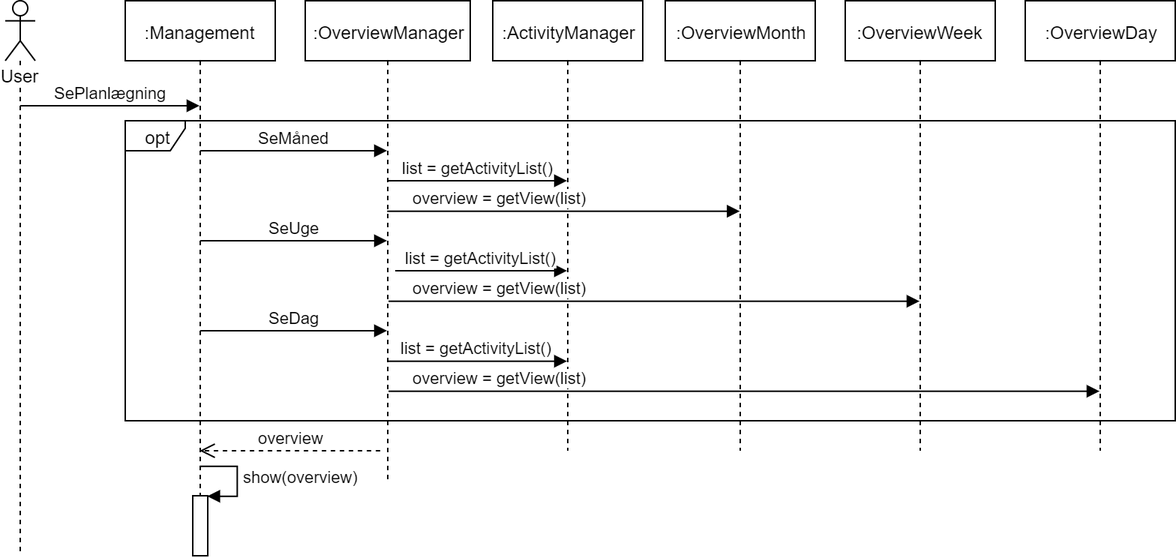
The draw.io diagram docs/diagrams/AnalyseDiagrammer/SePlanlaegningInteraktionsDiagram.png in SBangslund/SE02_Projekt, before a commit. Source tidied: cells renumbered, new cells last; positions are measured from the earlier drawing's top-left corner, leaving out a move shared by most shapes. The source it was exported from:
```xml
<mxGraphModel>
  <root>
    <mxCell id="0" />
    <mxCell id="1" parent="0" />
    <mxCell id="2" value="opt" style="shape=umlFrame;whiteSpace=wrap;html=1;width=40;height=20;" parent="1" vertex="1">
      <mxGeometry x="80" y="80" width="700" height="200" as="geometry" />
    </mxCell>
    <mxCell id="3" value="User" style="shape=umlLifeline;participant=umlActor;perimeter=lifelinePerimeter;whiteSpace=wrap;html=1;verticalAlign=top;spacingTop=36;labelBackgroundColor=#ffffff;" parent="1" vertex="1">
      <mxGeometry width="20" height="370" as="geometry" />
    </mxCell>
    <mxCell id="4" value="SePlanlægning" style="html=1;verticalAlign=bottom;endArrow=block;" parent="3" edge="1" target="5">
      <mxGeometry relative="1" as="geometry">
        <mxPoint x="10" y="70" as="sourcePoint" />
      </mxGeometry>
    </mxCell>
    <mxCell id="5" value=":Management" style="shape=umlLifeline;perimeter=lifelinePerimeter;whiteSpace=wrap;html=1;outlineConnect=0;" parent="1" vertex="1">
      <mxGeometry x="80" width="100" height="370" as="geometry" />
    </mxCell>
    <mxCell id="6" value="SeMåned" style="html=1;verticalAlign=bottom;endArrow=block;" parent="5" edge="1">
      <mxGeometry relative="1" as="geometry">
        <mxPoint x="50" y="100" as="sourcePoint" />
        <mxPoint x="174.5" y="100" as="targetPoint" />
      </mxGeometry>
    </mxCell>
    <mxCell id="7" value="SeDag" style="html=1;verticalAlign=bottom;endArrow=block;" parent="5" edge="1" target="15">
      <mxGeometry relative="1" as="geometry">
        <mxPoint x="50" y="220" as="sourcePoint" />
      </mxGeometry>
    </mxCell>
    <mxCell id="8" value="overview" style="html=1;verticalAlign=bottom;endArrow=open;dashed=1;endSize=8;" parent="5" edge="1" target="5">
      <mxGeometry relative="1" as="geometry">
        <mxPoint x="170" y="300" as="sourcePoint" />
      </mxGeometry>
    </mxCell>
    <mxCell id="9" style="html=1;points=[];perimeter=orthogonalPerimeter;" parent="5" vertex="1">
      <mxGeometry x="45" y="330" width="10" height="40" as="geometry" />
    </mxCell>
    <mxCell id="10" value="show(overview)" style="edgeStyle=orthogonalEdgeStyle;html=1;align=left;spacingLeft=2;endArrow=block;rounded=0;entryX=1;entryY=0;" parent="5" edge="1" target="9">
      <mxGeometry relative="1" as="geometry">
        <mxPoint x="50" y="310" as="sourcePoint" />
        <Array as="points">
          <mxPoint x="75" y="310" />
        </Array>
      </mxGeometry>
    </mxCell>
    <mxCell id="11" value=":OverviewMonth" style="shape=umlLifeline;perimeter=lifelinePerimeter;whiteSpace=wrap;html=1;outlineConnect=0;" parent="1" vertex="1">
      <mxGeometry x="440" width="100" height="300" as="geometry" />
    </mxCell>
    <mxCell id="12" value=":OverviewWeek" style="shape=umlLifeline;perimeter=lifelinePerimeter;whiteSpace=wrap;html=1;outlineConnect=0;" parent="1" vertex="1">
      <mxGeometry x="560" width="100" height="300" as="geometry" />
    </mxCell>
    <mxCell id="13" value=":OverviewDay" style="shape=umlLifeline;perimeter=lifelinePerimeter;whiteSpace=wrap;html=1;outlineConnect=0;" parent="1" vertex="1">
      <mxGeometry x="680" width="100" height="300" as="geometry" />
    </mxCell>
    <mxCell id="14" value=":ActivityManager" style="shape=umlLifeline;perimeter=lifelinePerimeter;whiteSpace=wrap;html=1;outlineConnect=0;" parent="1" vertex="1">
      <mxGeometry x="325" width="100" height="300" as="geometry" />
    </mxCell>
    <mxCell id="15" value=":OverviewManager" style="shape=umlLifeline;perimeter=lifelinePerimeter;whiteSpace=wrap;html=1;outlineConnect=0;" parent="1" vertex="1">
      <mxGeometry x="200" width="110" height="320" as="geometry" />
    </mxCell>
    <mxCell id="16" value="list = getActivityList()" style="html=1;verticalAlign=bottom;endArrow=block;" parent="15" edge="1" target="14">
      <mxGeometry relative="1" as="geometry">
        <mxPoint x="60" y="180" as="sourcePoint" />
      </mxGeometry>
    </mxCell>
    <mxCell id="17" value="overview = getView(list)" style="html=1;verticalAlign=bottom;endArrow=block;entryX=0.5;entryY=0.467;entryDx=0;entryDy=0;entryPerimeter=0;" parent="1" edge="1" source="15" target="11">
      <mxGeometry x="-0.36" relative="1" as="geometry" />
    </mxCell>
    <mxCell id="18" value="list = getActivityList()" style="html=1;verticalAlign=bottom;endArrow=block;" parent="1" edge="1" target="14">
      <mxGeometry relative="1" as="geometry">
        <mxPoint x="255" y="120" as="sourcePoint" />
      </mxGeometry>
    </mxCell>
    <mxCell id="19" value="SeUge" style="html=1;verticalAlign=bottom;endArrow=block;" parent="1" edge="1" target="15">
      <mxGeometry relative="1" as="geometry">
        <mxPoint x="130" y="160" as="sourcePoint" />
      </mxGeometry>
    </mxCell>
    <mxCell id="20" value="overview = getView(list)" style="html=1;verticalAlign=bottom;endArrow=block;exitX=0.251;exitY=0.6;exitDx=0;exitDy=0;exitPerimeter=0;" parent="1" edge="1" source="2" target="12">
      <mxGeometry x="-0.58" relative="1" as="geometry" />
    </mxCell>
    <mxCell id="21" value="list = getActivityList()" style="html=1;verticalAlign=bottom;endArrow=block;exitX=0.251;exitY=0.8;exitDx=0;exitDy=0;exitPerimeter=0;" parent="1" edge="1" source="2" target="14">
      <mxGeometry relative="1" as="geometry" />
    </mxCell>
    <mxCell id="22" value="overview = getView(list)" style="html=1;verticalAlign=bottom;endArrow=block;exitX=0.251;exitY=0.9;exitDx=0;exitDy=0;exitPerimeter=0;" parent="1" edge="1" source="2" target="13">
      <mxGeometry x="-0.69" relative="1" as="geometry" />
    </mxCell>
  </root>
</mxGraphModel>
```
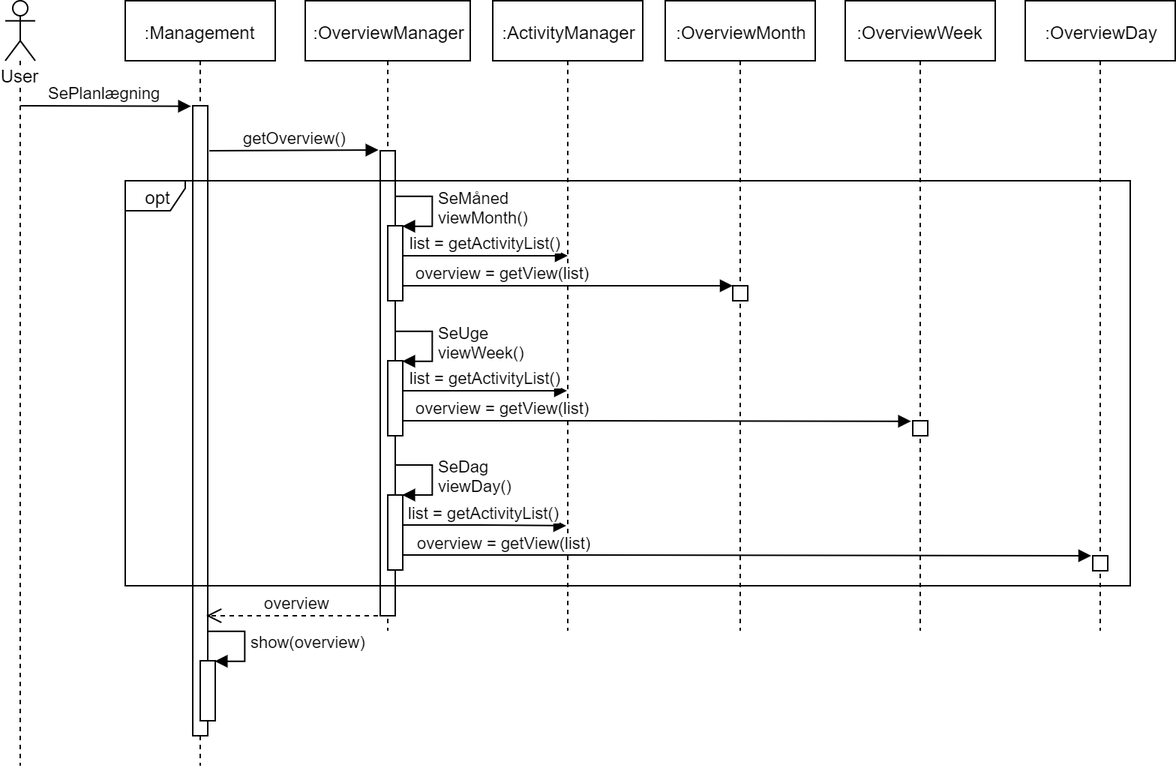
Later version of the same file.

Commit message:
Updated SePlanlægnings interaktionsdiagram

What changed in the source:
```diff
@@ -2,88 +2,156 @@
   <root>
     <mxCell id="0" />
     <mxCell id="1" parent="0" />
-    <mxCell id="2" value="opt" style="shape=umlFrame;whiteSpace=wrap;html=1;width=40;height=20;" parent="1" vertex="1">
-      <mxGeometry x="80" y="80" width="700" height="200" as="geometry" />
-    </mxCell>
     <mxCell id="3" value="User" style="shape=umlLifeline;participant=umlActor;perimeter=lifelinePerimeter;whiteSpace=wrap;html=1;verticalAlign=top;spacingTop=36;labelBackgroundColor=#ffffff;" parent="1" vertex="1">
-      <mxGeometry width="20" height="370" as="geometry" />
+      <mxGeometry width="20" height="510" as="geometry" />
     </mxCell>
-    <mxCell id="4" value="SePlanlægning" style="html=1;verticalAlign=bottom;endArrow=block;" parent="3" edge="1" target="5">
+    <mxCell id="4" value="SePlanlægning" style="html=1;verticalAlign=bottom;endArrow=block;entryX=-0.105;entryY=0;entryDx=0;entryDy=0;entryPerimeter=0;" parent="3" edge="1" target="23">
       <mxGeometry relative="1" as="geometry">
         <mxPoint x="10" y="70" as="sourcePoint" />
       </mxGeometry>
     </mxCell>
     <mxCell id="5" value=":Management" style="shape=umlLifeline;perimeter=lifelinePerimeter;whiteSpace=wrap;html=1;outlineConnect=0;" parent="1" vertex="1">
-      <mxGeometry x="80" width="100" height="370" as="geometry" />
+      <mxGeometry x="80" width="100" height="510" as="geometry" />
     </mxCell>
+    <mxCell id="23" style="html=1;points=[];perimeter=orthogonalPerimeter;" parent="5" vertex="1">
+      <mxGeometry x="45" y="70" width="10" height="420" as="geometry" />
+    </mxCell>
+    <mxCell id="10" value="show(overview)&lt;br&gt;" style="edgeStyle=orthogonalEdgeStyle;html=1;align=left;spacingLeft=2;endArrow=block;rounded=0;entryX=1;entryY=0;" parent="5" edge="1" target="24">
+      <mxGeometry relative="1" as="geometry">
+        <mxPoint x="55" y="420" as="sourcePoint" />
+        <Array as="points">
+          <mxPoint x="80" y="420" />
+        </Array>
+      </mxGeometry>
+    </mxCell>
-    <mxCell id="6" value="SeMåned" style="html=1;verticalAlign=bottom;endArrow=block;" parent="5" edge="1">
+    <mxCell id="6" value="getOverview()" style="html=1;verticalAlign=bottom;endArrow=block;entryX=-0.145;entryY=-0.001;entryDx=0;entryDy=0;entryPerimeter=0;" parent="5" edge="1" target="28">
       <mxGeometry relative="1" as="geometry">
-        <mxPoint x="50" y="100" as="sourcePoint" />
-        <mxPoint x="174.5" y="100" as="targetPoint" />
+        <mxPoint x="56" y="100" as="sourcePoint" />
       </mxGeometry>
     </mxCell>
-    <mxCell id="7" value="SeDag" style="html=1;verticalAlign=bottom;endArrow=block;" parent="5" edge="1" target="15">
-      <mxGeometry relative="1" as="geometry">
-        <mxPoint x="50" y="220" as="sourcePoint" />
-      </mxGeometry>
-    </mxCell>
-    <mxCell id="8" value="overview" style="html=1;verticalAlign=bottom;endArrow=open;dashed=1;endSize=8;" parent="5" edge="1" target="5">
-      <mxGeometry relative="1" as="geometry">
-        <mxPoint x="170" y="300" as="sourcePoint" />
-      </mxGeometry>
-    </mxCell>
-    <mxCell id="9" style="html=1;points=[];perimeter=orthogonalPerimeter;" parent="5" vertex="1">
-      <mxGeometry x="45" y="330" width="10" height="40" as="geometry" />
-    </mxCell>
-    <mxCell id="10" value="show(overview)" style="edgeStyle=orthogonalEdgeStyle;html=1;align=left;spacingLeft=2;endArrow=block;rounded=0;entryX=1;entryY=0;" parent="5" edge="1" target="9">
-      <mxGeometry relative="1" as="geometry">
-        <mxPoint x="50" y="310" as="sourcePoint" />
-        <Array as="points">
-          <mxPoint x="75" y="310" />
-        </Array>
-      </mxGeometry>
-    </mxCell>
+    <mxCell id="24" style="html=1;points=[];perimeter=orthogonalPerimeter;" parent="5" vertex="1">
+      <mxGeometry x="50" y="440" width="10" height="40" as="geometry" />
+    </mxCell>
     <mxCell id="11" value=":OverviewMonth" style="shape=umlLifeline;perimeter=lifelinePerimeter;whiteSpace=wrap;html=1;outlineConnect=0;" parent="1" vertex="1">
-      <mxGeometry x="440" width="100" height="300" as="geometry" />
+      <mxGeometry x="440" width="100" height="420" as="geometry" />
     </mxCell>
+    <mxCell id="25" style="html=1;perimeter=orthogonalPerimeter;" parent="11" vertex="1">
+      <mxGeometry x="45" y="190" width="10" height="10" as="geometry" />
+    </mxCell>
     <mxCell id="12" value=":OverviewWeek" style="shape=umlLifeline;perimeter=lifelinePerimeter;whiteSpace=wrap;html=1;outlineConnect=0;" parent="1" vertex="1">
-      <mxGeometry x="560" width="100" height="300" as="geometry" />
+      <mxGeometry x="560" width="100" height="420" as="geometry" />
     </mxCell>
+    <mxCell id="26" style="html=1;perimeter=orthogonalPerimeter;" parent="12" vertex="1">
+      <mxGeometry x="45" y="280" width="10" height="10" as="geometry" />
+    </mxCell>
     <mxCell id="13" value=":OverviewDay" style="shape=umlLifeline;perimeter=lifelinePerimeter;whiteSpace=wrap;html=1;outlineConnect=0;" parent="1" vertex="1">
-      <mxGeometry x="680" width="100" height="300" as="geometry" />
+      <mxGeometry x="680" width="100" height="420" as="geometry" />
     </mxCell>
+    <mxCell id="27" style="html=1;perimeter=orthogonalPerimeter;" parent="13" vertex="1">
+      <mxGeometry x="45" y="370" width="10" height="10" as="geometry" />
+    </mxCell>
     <mxCell id="14" value=":ActivityManager" style="shape=umlLifeline;perimeter=lifelinePerimeter;whiteSpace=wrap;html=1;outlineConnect=0;" parent="1" vertex="1">
-      <mxGeometry x="325" width="100" height="300" as="geometry" />
+      <mxGeometry x="325" width="100" height="420" as="geometry" />
     </mxCell>
     <mxCell id="15" value=":OverviewManager" style="shape=umlLifeline;perimeter=lifelinePerimeter;whiteSpace=wrap;html=1;outlineConnect=0;" parent="1" vertex="1">
-      <mxGeometry x="200" width="110" height="320" as="geometry" />
+      <mxGeometry x="200" width="110" height="420" as="geometry" />
     </mxCell>
-    <mxCell id="16" value="list = getActivityList()" style="html=1;verticalAlign=bottom;endArrow=block;" parent="15" edge="1" target="14">
-      <mxGeometry relative="1" as="geometry">
-        <mxPoint x="60" y="180" as="sourcePoint" />
-      </mxGeometry>
-    </mxCell>
+    <mxCell id="28" style="html=1;points=[];perimeter=orthogonalPerimeter;" parent="15" vertex="1">
+      <mxGeometry x="50" y="100" width="10" height="310" as="geometry" />
+    </mxCell>
+    <mxCell id="29" style="html=1;points=[];perimeter=orthogonalPerimeter;" parent="15" vertex="1">
+      <mxGeometry x="55" y="150" width="10" height="50" as="geometry" />
+    </mxCell>
+    <mxCell id="30" value="SeMåned&lt;br&gt;viewMonth()&lt;br&gt;" style="edgeStyle=orthogonalEdgeStyle;html=1;align=left;spacingLeft=2;endArrow=block;rounded=0;entryX=1;entryY=0;" parent="15" edge="1" target="29">
+      <mxGeometry relative="1" as="geometry">
+        <mxPoint x="60" y="130" as="sourcePoint" />
+        <Array as="points">
+          <mxPoint x="85" y="130" />
+        </Array>
+      </mxGeometry>
+    </mxCell>
+    <mxCell id="31" style="html=1;points=[];perimeter=orthogonalPerimeter;" parent="15" vertex="1">
+      <mxGeometry x="55" y="329.5" width="10" height="50" as="geometry" />
+    </mxCell>
+    <mxCell id="32" value="SeDag&lt;br&gt;viewDay()&lt;br&gt;" style="edgeStyle=orthogonalEdgeStyle;html=1;align=left;spacingLeft=2;endArrow=block;rounded=0;entryX=1;entryY=0;" parent="15" edge="1" target="31">
+      <mxGeometry relative="1" as="geometry">
+        <mxPoint x="59.7" y="309.8" as="sourcePoint" />
+        <Array as="points">
+          <mxPoint x="85" y="309.5" />
+        </Array>
+      </mxGeometry>
+    </mxCell>
+    <mxCell id="33" value="overview = getView(list)" style="html=1;verticalAlign=bottom;endArrow=block;" parent="15" edge="1">
+      <mxGeometry x="-0.7" relative="1" as="geometry">
+        <mxPoint x="65" y="369.5" as="sourcePoint" />
+        <mxPoint x="524" y="370" as="targetPoint" />
+        <Array as="points">
+          <mxPoint x="165" y="369.5" />
+        </Array>
+      </mxGeometry>
+    </mxCell>
+    <mxCell id="34" value="list = getActivityList()" style="html=1;verticalAlign=bottom;endArrow=block;" parent="15" edge="1">
+      <mxGeometry relative="1" as="geometry">
+        <mxPoint x="65" y="349.5" as="sourcePoint" />
+        <mxPoint x="174" y="350" as="targetPoint" />
+        <Array as="points">
+          <mxPoint x="125" y="349.5" />
+        </Array>
+      </mxGeometry>
+    </mxCell>
-    <mxCell id="17" value="overview = getView(list)" style="html=1;verticalAlign=bottom;endArrow=block;entryX=0.5;entryY=0.467;entryDx=0;entryDy=0;entryPerimeter=0;" parent="1" edge="1" source="15" target="11">
-      <mxGeometry x="-0.36" relative="1" as="geometry" />
+    <mxCell id="17" value="overview = getView(list)" style="html=1;verticalAlign=bottom;endArrow=block;" parent="1" edge="1">
+      <mxGeometry x="-0.39" relative="1" as="geometry">
+        <mxPoint x="265" y="190" as="sourcePoint" />
+        <mxPoint x="485" y="190" as="targetPoint" />
+        <Array as="points">
+          <mxPoint x="365" y="190" />
+        </Array>
+      </mxGeometry>
     </mxCell>
-    <mxCell id="18" value="list = getActivityList()" style="html=1;verticalAlign=bottom;endArrow=block;" parent="1" edge="1" target="14">
+    <mxCell id="18" value="list = getActivityList()" style="html=1;verticalAlign=bottom;endArrow=block;" parent="1" edge="1">
       <mxGeometry relative="1" as="geometry">
-        <mxPoint x="255" y="120" as="sourcePoint" />
+        <mxPoint x="265" y="170" as="sourcePoint" />
+        <mxPoint x="375" y="170" as="targetPoint" />
+        <Array as="points">
+          <mxPoint x="325" y="170" />
+        </Array>
       </mxGeometry>
     </mxCell>
-    <mxCell id="19" value="SeUge" style="html=1;verticalAlign=bottom;endArrow=block;" parent="1" edge="1" target="15">
-      <mxGeometry relative="1" as="geometry">
-        <mxPoint x="130" y="160" as="sourcePoint" />
-      </mxGeometry>
-    </mxCell>
-    <mxCell id="20" value="overview = getView(list)" style="html=1;verticalAlign=bottom;endArrow=block;exitX=0.251;exitY=0.6;exitDx=0;exitDy=0;exitPerimeter=0;" parent="1" edge="1" source="2" target="12">
-      <mxGeometry x="-0.58" relative="1" as="geometry" />
-    </mxCell>
-    <mxCell id="21" value="list = getActivityList()" style="html=1;verticalAlign=bottom;endArrow=block;exitX=0.251;exitY=0.8;exitDx=0;exitDy=0;exitPerimeter=0;" parent="1" edge="1" source="2" target="14">
-      <mxGeometry relative="1" as="geometry" />
-    </mxCell>
-    <mxCell id="22" value="overview = getView(list)" style="html=1;verticalAlign=bottom;endArrow=block;exitX=0.251;exitY=0.9;exitDx=0;exitDy=0;exitPerimeter=0;" parent="1" edge="1" source="2" target="13">
-      <mxGeometry x="-0.69" relative="1" as="geometry" />
-    </mxCell>
+    <mxCell id="35" style="html=1;points=[];perimeter=orthogonalPerimeter;" parent="1" vertex="1">
+      <mxGeometry x="255" y="240" width="10" height="50" as="geometry" />
+    </mxCell>
+    <mxCell id="36" value="SeUge&lt;br&gt;viewWeek()&lt;br&gt;" style="edgeStyle=orthogonalEdgeStyle;html=1;align=left;spacingLeft=2;endArrow=block;rounded=0;entryX=1;entryY=0;" parent="1" edge="1" target="35">
+      <mxGeometry relative="1" as="geometry">
+        <mxPoint x="260" y="220.1" as="sourcePoint" />
+        <Array as="points">
+          <mxPoint x="285" y="220" />
+        </Array>
+      </mxGeometry>
+    </mxCell>
+    <mxCell id="37" value="overview = getView(list)" style="html=1;verticalAlign=bottom;endArrow=block;entryX=0.782;entryY=0.593;entryDx=0;entryDy=0;entryPerimeter=0;" parent="1" edge="1" target="2">
+      <mxGeometry x="-0.43" y="-30" relative="1" as="geometry">
+        <mxPoint x="265" y="280" as="sourcePoint" />
+        <Array as="points">
+          <mxPoint x="365" y="280" />
+        </Array>
+        <mxPoint x="-30" y="-30" as="offset" />
+      </mxGeometry>
+    </mxCell>
+    <mxCell id="38" value="list = getActivityList()" style="html=1;verticalAlign=bottom;endArrow=block;" parent="1" edge="1" target="14">
+      <mxGeometry relative="1" as="geometry">
+        <mxPoint x="265" y="260" as="sourcePoint" />
+        <Array as="points">
+          <mxPoint x="325" y="260" />
+        </Array>
+      </mxGeometry>
+    </mxCell>
+    <mxCell id="8" value="overview" style="html=1;verticalAlign=bottom;endArrow=open;dashed=1;endSize=8;" parent="1" edge="1" source="15">
+      <mxGeometry relative="1" as="geometry">
+        <mxPoint x="134" y="410" as="targetPoint" />
+      </mxGeometry>
+    </mxCell>
+    <mxCell id="2" value="opt" style="shape=umlFrame;whiteSpace=wrap;html=1;width=40;height=20;" parent="1" vertex="1">
+      <mxGeometry x="80" y="120" width="670" height="270" as="geometry" />
+    </mxCell>
   </root>
 </mxGraphModel>
```
